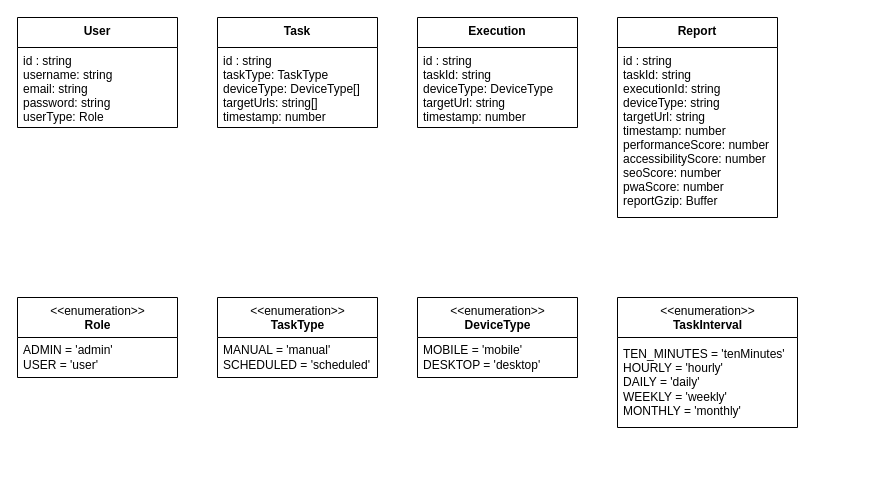
Earlier version of the draw.io diagram page "BackendDomain" (1 of 4) of lighthouse-automation.drawio (alcotronic/lighthouse-automation). Source tidied: cells renumbered, new cells numbered last; positions are measured from the earlier drawing's top-left corner, leaving out a move shared by most shapes. Both pictures are drawn from the tidied source at 100%, with x=0, y=0 at pixel (17, 17).
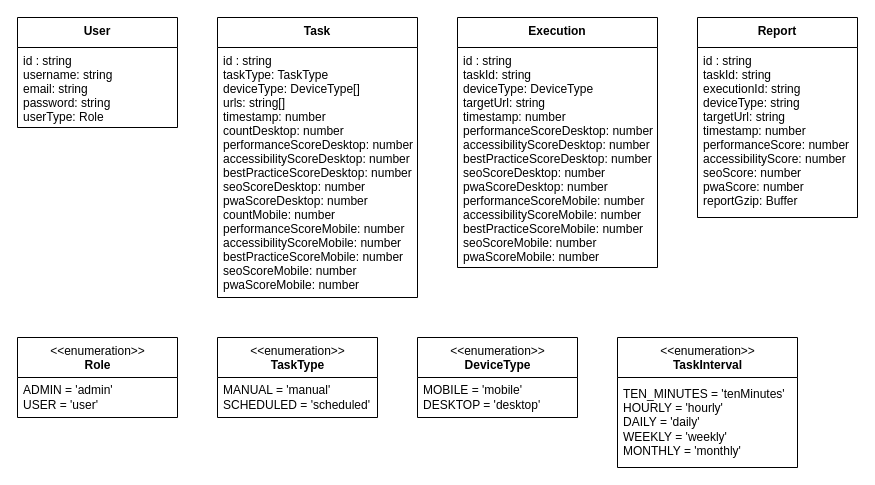
After the change.

Change to the diagram source:
```diff
@@
 <mxGraphModel>
   <root>
     <mxCell id="0" />
     <mxCell id="1" parent="0" />
     <mxCell id="2" value="User" style="swimlane;fontStyle=1;align=center;verticalAlign=top;horizontal=1;startSize=30;" parent="1" vertex="1">
       <mxGeometry width="160" height="110" as="geometry" />
     </mxCell>
     <mxCell id="3" value="id : string&#10;username: string&#10;email: string&#10;password: string&#10;userType: Role" style="text;strokeColor=none;fillColor=none;align=left;verticalAlign=top;spacingLeft=4;spacingRight=4;overflow=hidden;" parent="2" vertex="1">
       <mxGeometry y="30" width="160" height="80" as="geometry" />
     </mxCell>
     <mxCell id="4" value="Report" style="swimlane;fontStyle=1;align=center;verticalAlign=top;horizontal=1;startSize=30;" parent="1" vertex="1">
-      <mxGeometry x="600" width="160" height="200" as="geometry" />
+      <mxGeometry x="680" width="160" height="200" as="geometry" />
     </mxCell>
     <mxCell id="5" value="id : string&#10;taskId: string&#10;executionId: string&#10;deviceType: string&#10;targetUrl: string&#10;timestamp: number&#10;performanceScore: number&#10;accessibilityScore: number&#10;seoScore: number&#10;pwaScore: number&#10;reportGzip: Buffer" style="text;strokeColor=none;fillColor=none;align=left;verticalAlign=top;spacingLeft=4;spacingRight=4;overflow=hidden;" parent="4" vertex="1">
       <mxGeometry y="30" width="160" height="170" as="geometry" />
     </mxCell>
     <mxCell id="6" value="Execution" style="swimlane;fontStyle=1;align=center;verticalAlign=top;horizontal=1;startSize=30;" parent="1" vertex="1">
-      <mxGeometry x="400" width="160" height="110" as="geometry" />
+      <mxGeometry x="440" width="200" height="250" as="geometry" />
     </mxCell>
-    <mxCell id="7" value="id : string&#10;taskId: string&#10;deviceType: DeviceType&#10;targetUrl: string&#10;timestamp: number" style="text;strokeColor=none;fillColor=none;align=left;verticalAlign=top;spacingLeft=4;spacingRight=4;overflow=hidden;" parent="6" vertex="1">
-      <mxGeometry y="30" width="160" height="80" as="geometry" />
+    <mxCell id="7" value="id : string&#10;taskId: string&#10;deviceType: DeviceType&#10;targetUrl: string&#10;timestamp: number&#10;performanceScoreDesktop: number&#10;accessibilityScoreDesktop: number&#10;bestPracticeScoreDesktop: number&#10;seoScoreDesktop: number&#10;pwaScoreDesktop: number&#10;performanceScoreMobile: number&#10;accessibilityScoreMobile: number&#10;bestPracticeScoreMobile: number&#10;seoScoreMobile: number&#10;pwaScoreMobile: number" style="text;strokeColor=none;fillColor=none;align=left;verticalAlign=top;spacingLeft=4;spacingRight=4;overflow=hidden;" parent="6" vertex="1">
+      <mxGeometry y="30" width="200" height="220" as="geometry" />
     </mxCell>
     <mxCell id="8" value="&amp;lt;&amp;lt;enumeration&amp;gt;&amp;gt;&lt;br&gt;&lt;b&gt;TaskType&lt;br&gt;&lt;/b&gt;" style="swimlane;fontStyle=0;align=center;verticalAlign=top;horizontal=1;startSize=40;html=1;" parent="1" vertex="1">
-      <mxGeometry x="200" y="280" width="160" height="80" as="geometry" />
+      <mxGeometry x="200" y="320" width="160" height="80" as="geometry" />
     </mxCell>
     <mxCell id="9" value="MANUAL = 'manual'&lt;br&gt;SCHEDULED = 'scheduled'" style="text;html=1;strokeColor=none;fillColor=none;align=left;verticalAlign=middle;spacingLeft=4;spacingRight=4;overflow=hidden;" parent="8" vertex="1">
       <mxGeometry y="40" width="160" height="40" as="geometry" />
     </mxCell>
     <mxCell id="10" value="&amp;lt;&amp;lt;enumeration&amp;gt;&amp;gt;&lt;br&gt;&lt;b&gt;DeviceType&lt;br&gt;&lt;/b&gt;" style="swimlane;fontStyle=0;align=center;verticalAlign=top;horizontal=1;startSize=40;html=1;" parent="1" vertex="1">
-      <mxGeometry x="400" y="280" width="160" height="80" as="geometry" />
+      <mxGeometry x="400" y="320" width="160" height="80" as="geometry" />
     </mxCell>
     <mxCell id="11" value="MOBILE = 'mobile'&lt;br&gt;DESKTOP = 'desktop'" style="text;html=1;strokeColor=none;fillColor=none;align=left;verticalAlign=middle;spacingLeft=4;spacingRight=4;overflow=hidden;" parent="10" vertex="1">
       <mxGeometry y="40" width="160" height="40" as="geometry" />
     </mxCell>
     <mxCell id="12" value="&amp;lt;&amp;lt;enumeration&amp;gt;&amp;gt;&lt;br&gt;&lt;b&gt;TaskInterval&lt;br&gt;&lt;/b&gt;" style="swimlane;fontStyle=0;align=center;verticalAlign=top;horizontal=1;startSize=40;html=1;" parent="1" vertex="1">
-      <mxGeometry x="600" y="280" width="180" height="130" as="geometry" />
+      <mxGeometry x="600" y="320" width="180" height="130" as="geometry" />
     </mxCell>
     <mxCell id="13" value="TEN_MINUTES = 'tenMinutes'&lt;br&gt;HOURLY = 'hourly'&lt;br&gt;DAILY = 'daily'&lt;br&gt;WEEKLY = 'weekly'&lt;br&gt;MONTHLY = 'monthly'" style="text;html=1;strokeColor=none;fillColor=none;align=left;verticalAlign=middle;spacingLeft=4;spacingRight=4;overflow=hidden;" parent="12" vertex="1">
       <mxGeometry y="40" width="180" height="90" as="geometry" />
     </mxCell>
     <mxCell id="14" value="Task" style="swimlane;fontStyle=1;align=center;verticalAlign=top;horizontal=1;startSize=30;" parent="1" vertex="1">
-      <mxGeometry x="200" width="160" height="110" as="geometry" />
+      <mxGeometry x="200" width="200" height="280" as="geometry" />
     </mxCell>
-    <mxCell id="15" value="id : string&#10;taskType: TaskType&#10;deviceType: DeviceType[]&#10;targetUrls: string[]&#10;timestamp: number" style="text;strokeColor=none;fillColor=none;align=left;verticalAlign=top;spacingLeft=4;spacingRight=4;overflow=hidden;" parent="14" vertex="1">
-      <mxGeometry y="30" width="160" height="80" as="geometry" />
+    <mxCell id="15" value="id : string&#10;taskType: TaskType&#10;deviceType: DeviceType[]&#10;urls: string[]&#10;timestamp: number&#10;countDesktop: number&#10;performanceScoreDesktop: number&#10;accessibilityScoreDesktop: number&#10;bestPracticeScoreDesktop: number&#10;seoScoreDesktop: number&#10;pwaScoreDesktop: number&#10;countMobile: number&#10;performanceScoreMobile: number&#10;accessibilityScoreMobile: number&#10;bestPracticeScoreMobile: number&#10;seoScoreMobile: number&#10;pwaScoreMobile: number" style="text;strokeColor=none;fillColor=none;align=left;verticalAlign=top;spacingLeft=4;spacingRight=4;overflow=hidden;" parent="14" vertex="1">
+      <mxGeometry y="30" width="200" height="250" as="geometry" />
     </mxCell>
     <mxCell id="16" value="&amp;lt;&amp;lt;enumeration&amp;gt;&amp;gt;&lt;br&gt;&lt;b&gt;Role&lt;br&gt;&lt;/b&gt;" style="swimlane;fontStyle=0;align=center;verticalAlign=top;horizontal=1;startSize=40;html=1;" parent="1" vertex="1">
-      <mxGeometry y="280" width="160" height="80" as="geometry" />
+      <mxGeometry y="320" width="160" height="80" as="geometry" />
     </mxCell>
     <mxCell id="17" value="ADMIN = 'admin'&lt;br&gt;USER = 'user'" style="text;html=1;strokeColor=none;fillColor=none;align=left;verticalAlign=middle;spacingLeft=4;spacingRight=4;overflow=hidden;" parent="16" vertex="1">
       <mxGeometry y="40" width="160" height="40" as="geometry" />
     </mxCell>
   </root>
 </mxGraphModel>
```
